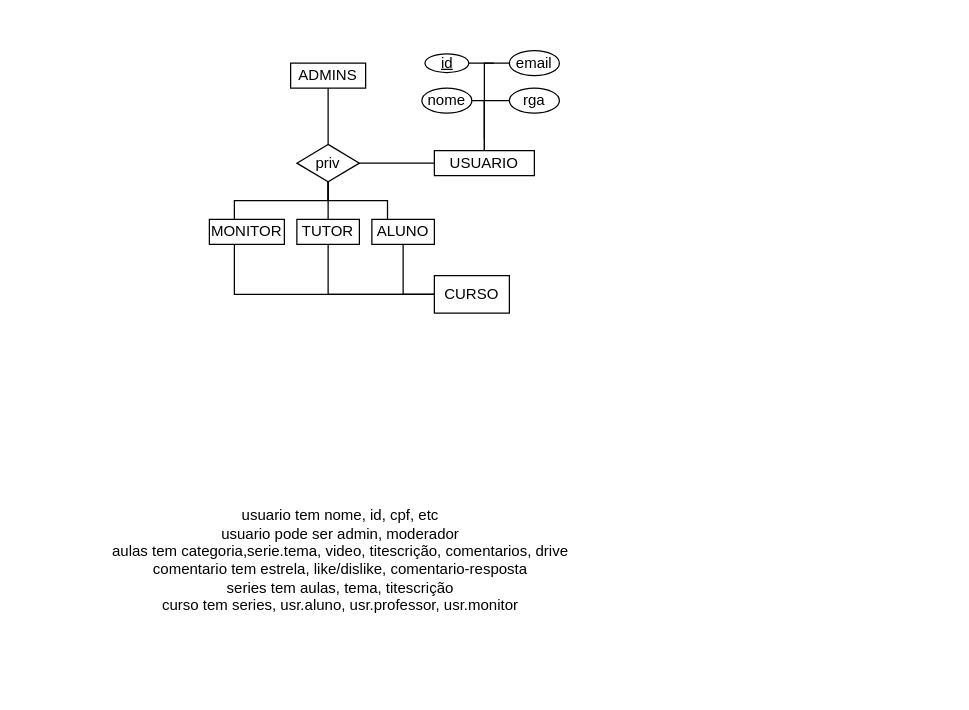
Earlier version of the draw.io diagram Untitled Diagram.drawio (douglas-terra/r1). Source tidied: cells renumbered, new cells numbered last; positions are measured from the earlier drawing's top-left corner, leaving out a move shared by most shapes. Both pictures are drawn from the tidied source at 125%, with x=0, y=0 at pixel (21, 50).
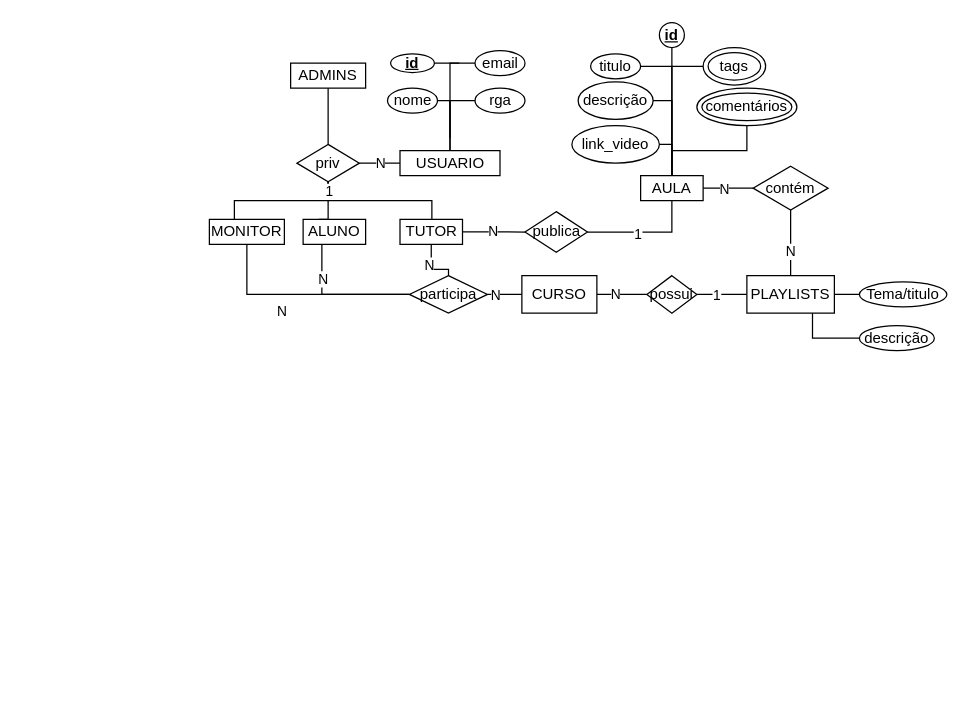
The same diagram, later.

Commit message:
básico necessário

Unchanged cells that the change refers to:
```xml
<mxCell id="15" style="edgeStyle=orthogonalEdgeStyle;rounded=0;jettySize=auto;html=1;endArrow=none;endFill=0;" parent="1" edge="1" source="16" target="25">
  <mxGeometry relative="1" as="geometry">
    <Array as="points">
      <mxPoint x="245" y="120" />
      <mxPoint x="170" y="120" />
    </Array>
  </mxGeometry>
</mxCell>
<mxCell id="16" value="priv" style="rhombus;whiteSpace=wrap;html=1;" parent="1" vertex="1">
  <mxGeometry x="220" y="75" width="50" height="30" as="geometry" />
</mxCell>
```

What changed in the source:
```diff
@@
-    <mxCell id="2" value="&lt;div&gt;usuario tem nome, id, cpf, etc&lt;/div&gt;&lt;div&gt;usuario pode ser admin, moderador&lt;/div&gt;&lt;div&gt;aulas tem categoria,serie.tema, video, titescrição, comentarios, drive&lt;/div&gt;&lt;div&gt;comentario tem estrela, like/dislike, comentario-resposta&lt;/div&gt;&lt;div&gt;series tem aulas, tema, titescrição&lt;/div&gt;&lt;div&gt;curso tem series, usr.aluno, usr.professor, usr.monitor&lt;/div&gt;&lt;div&gt;&lt;br&gt;&lt;/div&gt;" style="text;html=1;strokeColor=none;fillColor=none;align=center;verticalAlign=middle;whiteSpace=wrap;rounded=0;" parent="1" vertex="1">
-      <mxGeometry y="320" width="510" height="190" as="geometry" />
-    </mxCell>
-    <mxCell id="3" style="edgeStyle=orthogonalEdgeStyle;rounded=0;jettySize=auto;html=1;exitX=0;exitY=0.5;exitDx=0;exitDy=0;entryX=1;entryY=0.5;entryDx=0;entryDy=0;endArrow=none;endFill=0;" parent="1" edge="1" source="4" target="16">
+    <mxCell id="3" value="N" style="edgeStyle=orthogonalEdgeStyle;rounded=0;jettySize=auto;html=1;exitX=0;exitY=0.5;exitDx=0;exitDy=0;entryX=1;entryY=0.5;entryDx=0;entryDy=0;endArrow=none;endFill=0;" parent="1" edge="1" source="4" target="16">
       <mxGeometry relative="1" as="geometry" />
     </mxCell>
     <mxCell id="4" value="USUARIO" style="rounded=0;whiteSpace=wrap;html=1;" parent="1" vertex="1">
-      <mxGeometry x="330" y="80" width="80" height="20" as="geometry" />
+      <mxGeometry x="302.5" y="80" width="80" height="20" as="geometry" />
     </mxCell>
     <mxCell id="5" style="edgeStyle=orthogonalEdgeStyle;rounded=0;jettySize=auto;html=1;endArrow=none;endFill=0;exitX=1;exitY=0.5;exitDx=0;exitDy=0;" parent="1" edge="1" source="6">
       <mxGeometry relative="1" as="geometry">
-        <mxPoint x="370" y="80" as="targetPoint" />
+        <mxPoint x="342.5" y="80" as="targetPoint" />
         <Array as="points">
-          <mxPoint x="370" y="40" />
+          <mxPoint x="342.5" y="40" />
         </Array>
       </mxGeometry>
     </mxCell>
     <mxCell id="6" value="nome" style="ellipse;whiteSpace=wrap;html=1;" parent="1" vertex="1">
-      <mxGeometry x="320" y="30" width="40" height="20" as="geometry" />
+      <mxGeometry x="292.5" y="30" width="40" height="20" as="geometry" />
     </mxCell>
     <mxCell id="7" style="edgeStyle=orthogonalEdgeStyle;rounded=0;jettySize=auto;html=1;endArrow=none;endFill=0;" parent="1" edge="1" source="8">
       <mxGeometry relative="1" as="geometry">
-        <mxPoint x="370" y="70" as="targetPoint" />
+        <mxPoint x="342.5" y="70" as="targetPoint" />
       </mxGeometry>
     </mxCell>
     <mxCell id="8" value="email" style="ellipse;whiteSpace=wrap;html=1;" parent="1" vertex="1">
-      <mxGeometry x="390" width="40" height="20" as="geometry" />
+      <mxGeometry x="362.5" width="40" height="20" as="geometry" />
     </mxCell>
@@
     <mxCell id="10" value="rga" style="ellipse;whiteSpace=wrap;html=1;" parent="1" vertex="1">
-      <mxGeometry x="390" y="30" width="40" height="20" as="geometry" />
+      <mxGeometry x="362.5" y="30" width="40" height="20" as="geometry" />
     </mxCell>
@@
     <mxCell id="13" style="edgeStyle=orthogonalEdgeStyle;rounded=0;jettySize=auto;html=1;endArrow=none;endFill=0;" parent="1" edge="1" source="16" target="23">
-      <mxGeometry relative="1" as="geometry" />
+      <mxGeometry relative="1" as="geometry">
+        <Array as="points">
+          <mxPoint x="245" y="120" />
+          <mxPoint x="328" y="120" />
+        </Array>
+      </mxGeometry>
     </mxCell>
     <mxCell id="14" style="edgeStyle=orthogonalEdgeStyle;rounded=0;jettySize=auto;html=1;entryX=0.25;entryY=0;entryDx=0;entryDy=0;endArrow=none;endFill=0;" parent="1" edge="1" source="16" target="21">
       <mxGeometry relative="1" as="geometry">
         <Array as="points">
-          <mxPoint x="245" y="120" />
-          <mxPoint x="293" y="120" />
+          <mxPoint x="245" y="135" />
         </Array>
       </mxGeometry>
     </mxCell>
@@
+    <mxCell id="26" value="1" style="edgeLabel;html=1;align=center;verticalAlign=middle;" parent="15" vertex="1">
+      <mxGeometry x="-0.86" relative="1" as="geometry" />
+    </mxCell>
@@
     <mxCell id="17" style="edgeStyle=orthogonalEdgeStyle;rounded=0;jettySize=auto;html=1;endArrow=none;endFill=0;" parent="1" edge="1" source="18">
       <mxGeometry relative="1" as="geometry">
-        <mxPoint x="370" y="10" as="targetPoint" />
+        <mxPoint x="342.5" y="10" as="targetPoint" />
       </mxGeometry>
     </mxCell>
-    <mxCell id="18" value="id" style="ellipse;whiteSpace=wrap;html=1;fontStyle=4;" parent="1" vertex="1">
-      <mxGeometry x="322.5" y="2.5" width="35" height="15" as="geometry" />
+    <mxCell id="18" value="id" style="ellipse;whiteSpace=wrap;html=1;fontStyle=5;" parent="1" vertex="1">
+      <mxGeometry x="295" y="2.5" width="35" height="15" as="geometry" />
     </mxCell>
+    <mxCell id="27" style="edgeStyle=orthogonalEdgeStyle;rounded=0;jettySize=auto;html=1;endArrow=none;endFill=0;" parent="1" edge="1" source="19" target="41">
+      <mxGeometry relative="1" as="geometry" />
+    </mxCell>
+    <mxCell id="28" value="N" style="edgeLabel;html=1;align=center;verticalAlign=middle;" parent="27" vertex="1">
+      <mxGeometry x="-0.28" y="1" relative="1" as="geometry" />
+    </mxCell>
     <mxCell id="19" value="CURSO" style="rounded=0;whiteSpace=wrap;html=1;" parent="1" vertex="1">
-      <mxGeometry x="330" y="180" width="60" height="30" as="geometry" />
+      <mxGeometry x="400" y="180" width="60" height="30" as="geometry" />
     </mxCell>
-    <mxCell id="20" style="edgeStyle=orthogonalEdgeStyle;rounded=0;jettySize=auto;html=1;entryX=0;entryY=0.5;entryDx=0;entryDy=0;endArrow=none;endFill=0;" parent="1" edge="1" source="21" target="19">
-      <mxGeometry relative="1" as="geometry" />
-    </mxCell>
+    <mxCell id="29" style="edgeStyle=orthogonalEdgeStyle;rounded=0;jettySize=auto;html=1;entryX=0;entryY=0.5;entryDx=0;entryDy=0;endArrow=none;endFill=0;" parent="1" edge="1" source="21" target="38">
+      <mxGeometry relative="1" as="geometry">
+        <Array as="points">
+          <mxPoint x="240" y="195" />
+        </Array>
+      </mxGeometry>
+    </mxCell>
+    <mxCell id="30" value="N" style="edgeLabel;html=1;align=center;verticalAlign=middle;" parent="29" vertex="1">
+      <mxGeometry x="-0.51" relative="1" as="geometry" />
+    </mxCell>
+    <mxCell id="31" style="edgeStyle=orthogonalEdgeStyle;rounded=0;jettySize=auto;html=1;endArrow=none;endFill=0;strokeColor=#000000;" parent="1" edge="1" source="23" target="38">
+      <mxGeometry relative="1" as="geometry" />
+    </mxCell>
+    <mxCell id="32" value="N" style="edgeLabel;html=1;align=center;verticalAlign=middle;" parent="31" vertex="1">
+      <mxGeometry x="-0.12" y="-1" relative="1" as="geometry">
+        <mxPoint x="-1" y="-1" as="offset" />
+      </mxGeometry>
+    </mxCell>
+    <mxCell id="33" value="N" style="edgeStyle=orthogonalEdgeStyle;rounded=0;jettySize=auto;html=1;endArrow=none;endFill=0;strokeColor=#000000;" parent="1" edge="1" source="23" target="63">
+      <mxGeometry relative="1" as="geometry" />
+    </mxCell>
+    <mxCell id="23" value="TUTOR" style="rounded=0;whiteSpace=wrap;html=1;" parent="1" vertex="1">
+      <mxGeometry x="302.5" y="135" width="50" height="20" as="geometry" />
+    </mxCell>
+    <mxCell id="34" style="edgeStyle=orthogonalEdgeStyle;rounded=0;jettySize=auto;html=1;entryX=0;entryY=0.5;entryDx=0;entryDy=0;endArrow=none;endFill=0;" parent="1" edge="1" source="25" target="38">
+      <mxGeometry relative="1" as="geometry">
+        <Array as="points">
+          <mxPoint x="180" y="195" />
+        </Array>
+      </mxGeometry>
+    </mxCell>
+    <mxCell id="35" value="N" style="edgeLabel;html=1;align=center;verticalAlign=middle;" parent="34" vertex="1">
+      <mxGeometry x="-0.56" y="14" relative="1" as="geometry">
+        <mxPoint x="13" y="16" as="offset" />
+      </mxGeometry>
+    </mxCell>
+    <mxCell id="25" value="MONITOR" style="rounded=0;whiteSpace=wrap;html=1;" parent="1" vertex="1">
+      <mxGeometry x="150" y="135" width="60" height="20" as="geometry" />
+    </mxCell>
+    <mxCell id="36" style="edgeStyle=orthogonalEdgeStyle;rounded=0;jettySize=auto;html=1;entryX=0;entryY=0.5;entryDx=0;entryDy=0;endArrow=none;endFill=0;" parent="1" edge="1" source="38" target="19">
+      <mxGeometry relative="1" as="geometry" />
+    </mxCell>
+    <mxCell id="37" value="N" style="edgeLabel;html=1;align=center;verticalAlign=middle;" parent="36" vertex="1">
+      <mxGeometry x="0.24" y="2" relative="1" as="geometry">
+        <mxPoint x="-2" y="2" as="offset" />
+      </mxGeometry>
+    </mxCell>
+    <mxCell id="38" value="participa" style="rhombus;whiteSpace=wrap;html=1;" parent="1" vertex="1">
+      <mxGeometry x="310" y="180" width="62.5" height="30" as="geometry" />
+    </mxCell>
+    <mxCell id="39" style="edgeStyle=orthogonalEdgeStyle;rounded=0;jettySize=auto;html=1;entryX=0;entryY=0.5;entryDx=0;entryDy=0;endArrow=none;endFill=0;" parent="1" edge="1" source="41" target="53">
+      <mxGeometry relative="1" as="geometry" />
+    </mxCell>
+    <mxCell id="40" value="1" style="edgeLabel;html=1;align=center;verticalAlign=middle;" parent="39" vertex="1">
+      <mxGeometry x="-0.24" relative="1" as="geometry" />
+    </mxCell>
+    <mxCell id="41" value="possui" style="rhombus;whiteSpace=wrap;html=1;" parent="1" vertex="1">
+      <mxGeometry x="500" y="180" width="40" height="30" as="geometry" />
+    </mxCell>
+    <mxCell id="42" value="AULA" style="rounded=0;whiteSpace=wrap;html=1;" parent="1" vertex="1">
+      <mxGeometry x="495" y="100" width="50" height="20" as="geometry" />
+    </mxCell>
+    <mxCell id="43" style="edgeStyle=orthogonalEdgeStyle;rounded=0;jettySize=auto;html=1;entryX=0.5;entryY=0;entryDx=0;entryDy=0;endArrow=none;endFill=0;" parent="1" edge="1" source="44" target="42">
+      <mxGeometry relative="1" as="geometry">
+        <Array as="points">
+          <mxPoint x="520" y="75" />
+        </Array>
+      </mxGeometry>
+    </mxCell>
+    <mxCell id="44" value="link_video" style="ellipse;whiteSpace=wrap;html=1;" parent="1" vertex="1">
+      <mxGeometry x="440" y="60" width="70" height="30" as="geometry" />
+    </mxCell>
+    <mxCell id="45" style="edgeStyle=orthogonalEdgeStyle;rounded=0;jettySize=auto;html=1;endArrow=none;endFill=0;" parent="1" edge="1" source="46" target="42">
+      <mxGeometry relative="1" as="geometry">
+        <Array as="points">
+          <mxPoint x="520" y="40" />
+        </Array>
+      </mxGeometry>
+    </mxCell>
+    <mxCell id="46" value="descrição" style="ellipse;whiteSpace=wrap;html=1;" parent="1" vertex="1">
+      <mxGeometry x="445" y="25" width="60" height="30" as="geometry" />
+    </mxCell>
+    <mxCell id="47" style="edgeStyle=orthogonalEdgeStyle;rounded=0;jettySize=auto;html=1;entryX=0.5;entryY=0;entryDx=0;entryDy=0;endArrow=none;endFill=0;" parent="1" edge="1" source="48" target="42">
+      <mxGeometry relative="1" as="geometry">
+        <Array as="points">
+          <mxPoint x="520" y="13" />
+        </Array>
+      </mxGeometry>
+    </mxCell>
+    <mxCell id="48" value="titulo" style="ellipse;whiteSpace=wrap;html=1;" parent="1" vertex="1">
+      <mxGeometry x="455" y="2.5" width="40" height="20" as="geometry" />
+    </mxCell>
+    <mxCell id="49" style="edgeStyle=orthogonalEdgeStyle;rounded=0;jettySize=auto;html=1;entryX=0.5;entryY=0;entryDx=0;entryDy=0;endArrow=none;endFill=0;" parent="1" edge="1" source="50" target="42">
+      <mxGeometry relative="1" as="geometry">
+        <Array as="points">
+          <mxPoint x="520" y="-10" />
+        </Array>
+      </mxGeometry>
+    </mxCell>
+    <mxCell id="50" value="id" style="ellipse;whiteSpace=wrap;html=1;fontStyle=5;" parent="1" vertex="1">
+      <mxGeometry x="510" y="-22.5" width="20" height="20" as="geometry" />
+    </mxCell>
+    <mxCell id="51" style="edgeStyle=orthogonalEdgeStyle;rounded=0;jettySize=auto;html=1;endArrow=none;endFill=0;" parent="1" edge="1" source="52">
+      <mxGeometry relative="1" as="geometry">
+        <mxPoint x="520" y="12.5" as="targetPoint" />
+      </mxGeometry>
+    </mxCell>
+    <mxCell id="52" value="tags" style="ellipse;shape=doubleEllipse;whiteSpace=wrap;html=1;strokeColor=#000000;" parent="1" vertex="1">
+      <mxGeometry x="545" y="-2.5" width="50" height="30" as="geometry" />
+    </mxCell>
+    <mxCell id="53" value="PLAYLISTS" style="rounded=0;whiteSpace=wrap;html=1;strokeColor=#000000;" parent="1" vertex="1">
+      <mxGeometry x="580" y="180" width="70" height="30" as="geometry" />
+    </mxCell>
+    <mxCell id="54" style="edgeStyle=orthogonalEdgeStyle;rounded=0;jettySize=auto;html=1;endArrow=none;endFill=0;" parent="1" edge="1" source="58" target="42">
+      <mxGeometry relative="1" as="geometry" />
+    </mxCell>
+    <mxCell id="55" value="N" style="edgeLabel;html=1;align=center;verticalAlign=middle;" parent="54" vertex="1">
+      <mxGeometry x="0.21" relative="1" as="geometry" />
+    </mxCell>
+    <mxCell id="56" style="edgeStyle=orthogonalEdgeStyle;rounded=0;jettySize=auto;html=1;endArrow=none;endFill=0;" parent="1" edge="1" source="58" target="53">
+      <mxGeometry relative="1" as="geometry" />
+    </mxCell>
+    <mxCell id="57" value="N" style="edgeLabel;html=1;align=center;verticalAlign=middle;" parent="56" vertex="1">
+      <mxGeometry x="0.24" y="-1" relative="1" as="geometry" />
+    </mxCell>
+    <mxCell id="58" value="contém" style="rhombus;whiteSpace=wrap;html=1;strokeColor=#000000;" parent="1" vertex="1">
+      <mxGeometry x="585" y="92.5" width="60" height="35" as="geometry" />
+    </mxCell>
+    <mxCell id="59" style="edgeStyle=orthogonalEdgeStyle;rounded=0;jettySize=auto;html=1;entryX=0.5;entryY=0;entryDx=0;entryDy=0;endArrow=none;endFill=0;strokeColor=#000000;" parent="1" edge="1" source="60" target="42">
+      <mxGeometry relative="1" as="geometry" />
+    </mxCell>
+    <mxCell id="60" value="comentários" style="ellipse;shape=doubleEllipse;whiteSpace=wrap;html=1;strokeColor=#000000;" parent="1" vertex="1">
+      <mxGeometry x="540" y="30" width="80" height="30" as="geometry" />
+    </mxCell>
     <mxCell id="21" value="ALUNO" style="rounded=0;whiteSpace=wrap;html=1;" parent="1" vertex="1">
-      <mxGeometry x="280" y="135" width="50" height="20" as="geometry" />
+      <mxGeometry x="225" y="135" width="50" height="20" as="geometry" />
     </mxCell>
-    <mxCell id="22" style="edgeStyle=orthogonalEdgeStyle;rounded=0;jettySize=auto;html=1;entryX=0;entryY=0.5;entryDx=0;entryDy=0;endArrow=none;endFill=0;" parent="1" edge="1" source="23" target="19">
-      <mxGeometry relative="1" as="geometry">
-        <Array as="points">
-          <mxPoint x="245" y="195" />
-        </Array>
-      </mxGeometry>
-    </mxCell>
-    <mxCell id="23" value="TUTOR" style="rounded=0;whiteSpace=wrap;html=1;" parent="1" vertex="1">
-      <mxGeometry x="220" y="135" width="50" height="20" as="geometry" />
-    </mxCell>
-    <mxCell id="24" style="edgeStyle=orthogonalEdgeStyle;rounded=0;jettySize=auto;html=1;entryX=0;entryY=0.5;entryDx=0;entryDy=0;endArrow=none;endFill=0;" parent="1" edge="1" source="25" target="19">
-      <mxGeometry relative="1" as="geometry">
-        <Array as="points">
-          <mxPoint x="170" y="195" />
-        </Array>
-      </mxGeometry>
-    </mxCell>
-    <mxCell id="25" value="MONITOR" style="rounded=0;whiteSpace=wrap;html=1;" parent="1" vertex="1">
-      <mxGeometry x="150" y="135" width="60" height="20" as="geometry" />
-    </mxCell>
+    <mxCell id="61" style="edgeStyle=orthogonalEdgeStyle;rounded=0;jettySize=auto;html=1;endArrow=none;endFill=0;strokeColor=#000000;" parent="1" edge="1" source="63" target="42">
+      <mxGeometry relative="1" as="geometry" />
+    </mxCell>
+    <mxCell id="62" value="1" style="edgeLabel;html=1;align=center;verticalAlign=middle;" parent="61" vertex="1">
+      <mxGeometry x="-0.14" y="-1" relative="1" as="geometry" />
+    </mxCell>
+    <mxCell id="63" value="publica" style="rhombus;whiteSpace=wrap;html=1;strokeColor=#000000;" parent="1" vertex="1">
+      <mxGeometry x="402.5" y="128.8" width="50" height="32.5" as="geometry" />
+    </mxCell>
+    <mxCell id="64" style="edgeStyle=orthogonalEdgeStyle;rounded=0;jettySize=auto;html=1;endArrow=none;endFill=0;strokeColor=#000000;" parent="1" edge="1" source="65" target="53">
+      <mxGeometry relative="1" as="geometry" />
+    </mxCell>
+    <mxCell id="65" value="Tema/titulo" style="ellipse;whiteSpace=wrap;html=1;strokeColor=#000000;" parent="1" vertex="1">
+      <mxGeometry x="670" y="185" width="70" height="20" as="geometry" />
+    </mxCell>
+    <mxCell id="66" style="edgeStyle=orthogonalEdgeStyle;rounded=0;jettySize=auto;html=1;entryX=0.75;entryY=1;entryDx=0;entryDy=0;endArrow=none;endFill=0;strokeColor=#000000;" parent="1" edge="1" source="67" target="53">
+      <mxGeometry relative="1" as="geometry" />
+    </mxCell>
+    <mxCell id="67" value="descrição" style="ellipse;whiteSpace=wrap;html=1;strokeColor=#000000;" parent="1" vertex="1">
+      <mxGeometry x="670" y="220" width="60" height="20" as="geometry" />
+    </mxCell>
```
